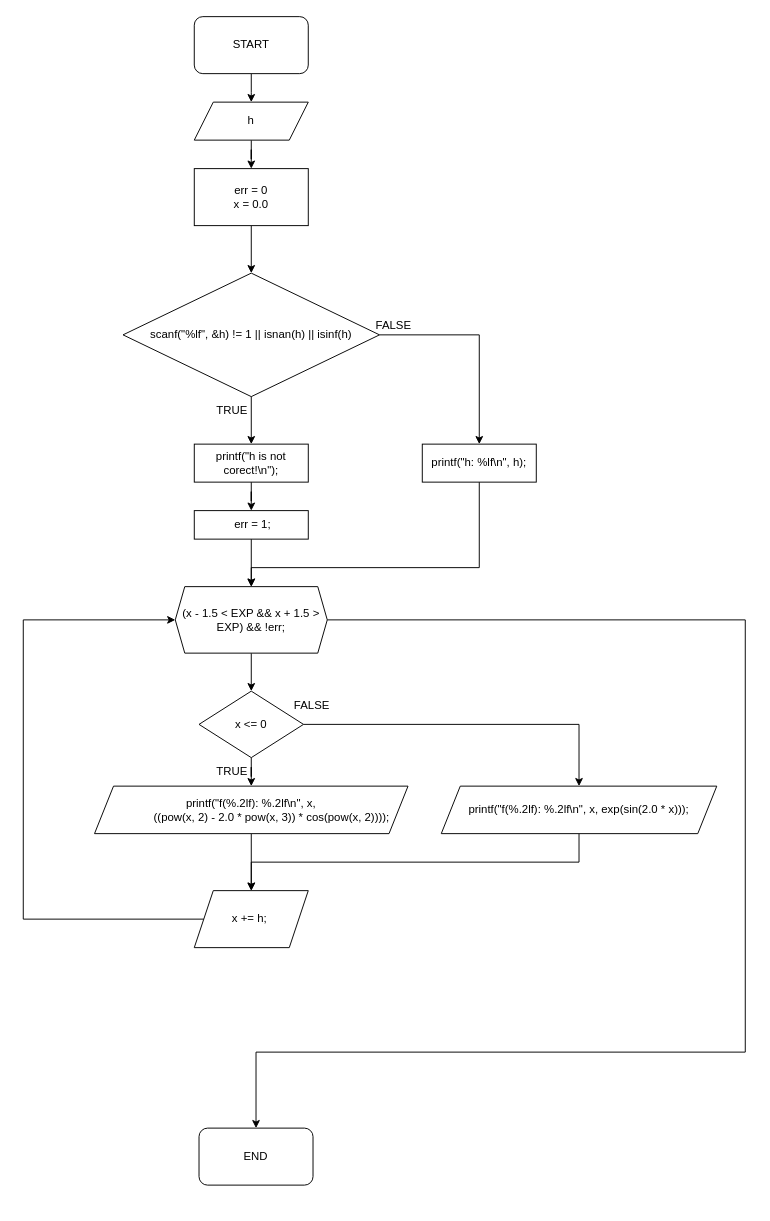
The draw.io diagram TP/lab_3/blockShema.drawio in andriiverinhe/TP_V9, before the edit. Source tidied: cells renumbered, new cells numbered last; positions are measured from the earlier drawing's top-left corner, leaving out a move shared by most shapes. Both pictures are drawn from the tidied source at 95%, with x=0, y=0 at pixel (23, 16).
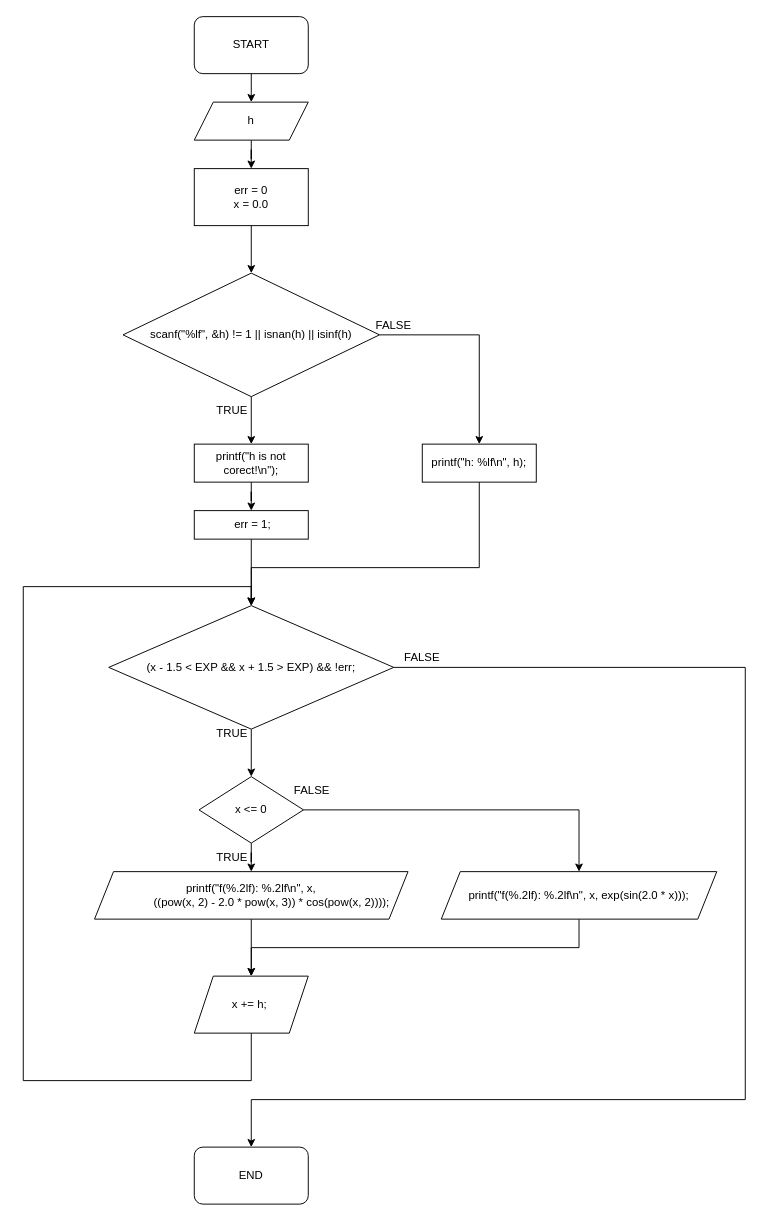
After the change.

The change refers to these unchanged cells:
```xml
<mxCell id="3" value="START" style="rounded=1;whiteSpace=wrap;html=1;" parent="1" vertex="1">
  <mxGeometry x="180" width="120" height="60" as="geometry" />
</mxCell>
```

What changed in the source:
```diff
@@
-    <mxCell id="2" style="edgeStyle=orthogonalEdgeStyle;rounded=0;jettySize=auto;html=1;" parent="1" edge="1" source="3">
-      <mxGeometry relative="1" as="geometry">
-        <mxPoint x="240" y="90" as="targetPoint" />
-      </mxGeometry>
-    </mxCell>
+    <mxCell id="34" style="edgeStyle=orthogonalEdgeStyle;rounded=0;jettySize=auto;html=1;" parent="1" edge="1" source="3">
+      <mxGeometry relative="1" as="geometry">
+        <mxPoint x="240" y="90" as="targetPoint" />
+      </mxGeometry>
+    </mxCell>
@@
-    <mxCell id="11" value="TRUE" style="text;html=1;strokeColor=none;fillColor=none;align=center;verticalAlign=middle;whiteSpace=wrap;rounded=0;" parent="1" vertex="1">
-      <mxGeometry x="190" y="400" width="60" height="30" as="geometry" />
-    </mxCell>
-    <mxCell id="12" value="FALSE" style="text;html=1;strokeColor=none;fillColor=none;align=center;verticalAlign=middle;whiteSpace=wrap;rounded=0;" parent="1" vertex="1">
-      <mxGeometry x="360" y="310" width="60" height="30" as="geometry" />
-    </mxCell>
+    <mxCell id="35" value="TRUE" style="text;html=1;strokeColor=none;fillColor=none;align=center;verticalAlign=middle;whiteSpace=wrap;rounded=0;" parent="1" vertex="1">
+      <mxGeometry x="190" y="400" width="60" height="30" as="geometry" />
+    </mxCell>
+    <mxCell id="36" value="FALSE" style="text;html=1;strokeColor=none;fillColor=none;align=center;verticalAlign=middle;whiteSpace=wrap;rounded=0;" parent="1" vertex="1">
+      <mxGeometry x="360" y="310" width="60" height="30" as="geometry" />
+    </mxCell>
@@
-    <mxCell id="19" style="edgeStyle=orthogonalEdgeStyle;rounded=0;jettySize=auto;html=1;entryX=0.5;entryY=0;entryDx=0;entryDy=0;" parent="1" edge="1" source="21" target="24">
+    <mxCell id="19" style="edgeStyle=orthogonalEdgeStyle;rounded=0;jettySize=auto;html=1;entryX=0.5;entryY=0;entryDx=0;entryDy=0;exitX=0.5;exitY=1;exitDx=0;exitDy=0;" parent="1" edge="1" source="21" target="24">
       <mxGeometry relative="1" as="geometry" />
     </mxCell>
-    <mxCell id="20" style="edgeStyle=orthogonalEdgeStyle;rounded=0;jettySize=auto;html=1;" parent="1" edge="1" source="21" target="33">
+    <mxCell id="20" style="edgeStyle=orthogonalEdgeStyle;rounded=0;jettySize=auto;html=1;exitX=1;exitY=0.5;exitDx=0;exitDy=0;" parent="1" edge="1" source="21" target="33">
       <mxGeometry relative="1" as="geometry">
         <Array as="points">
-          <mxPoint x="760" y="635" />
-          <mxPoint x="760" y="1090" />
+          <mxPoint x="760" y="685" />
+          <mxPoint x="760" y="1140" />
+          <mxPoint x="240" y="1140" />
         </Array>
       </mxGeometry>
     </mxCell>
-    <mxCell id="21" value="(x - 1.5 &amp;lt; EXP &amp;amp;&amp;amp; x + 1.5 &amp;gt; EXP) &amp;amp;&amp;amp; !err;" style="shape=hexagon;perimeter=hexagonPerimeter2;whiteSpace=wrap;html=1;fixedSize=1;size=10;" parent="1" vertex="1">
-      <mxGeometry x="160" y="600" width="160" height="70" as="geometry" />
-    </mxCell>
@@
     <mxCell id="24" value="x &lt;= 0" style="rhombus;whiteSpace=wrap;html=1;" parent="1" vertex="1">
-      <mxGeometry x="185" y="710" width="110" height="70" as="geometry" />
+      <mxGeometry x="185" y="800" width="110" height="70" as="geometry" />
     </mxCell>
-    <mxCell id="25" style="edgeStyle=orthogonalEdgeStyle;rounded=0;jettySize=auto;html=1;" parent="1" edge="1" source="26">
-      <mxGeometry relative="1" as="geometry">
-        <mxPoint x="240" y="920" as="targetPoint" />
-      </mxGeometry>
-    </mxCell>
+    <mxCell id="37" style="edgeStyle=orthogonalEdgeStyle;rounded=0;jettySize=auto;html=1;" parent="1" edge="1" source="26">
+      <mxGeometry relative="1" as="geometry">
+        <mxPoint x="240" y="1010" as="targetPoint" />
+      </mxGeometry>
+    </mxCell>
     <mxCell id="26" value="&lt;div&gt;printf(&quot;f(%.2lf): %.2lf\n&quot;, x,&lt;/div&gt;&lt;div&gt;&amp;nbsp; &amp;nbsp; &amp;nbsp; &amp;nbsp; &amp;nbsp; &amp;nbsp; &amp;nbsp;((pow(x, 2) - 2.0 * pow(x, 3)) * cos(pow(x, 2))));&lt;/div&gt;" style="shape=parallelogram;perimeter=parallelogramPerimeter;whiteSpace=wrap;html=1;fixedSize=1;" parent="1" vertex="1">
-      <mxGeometry x="75" y="810" width="330" height="50" as="geometry" />
+      <mxGeometry x="75" y="900" width="330" height="50" as="geometry" />
     </mxCell>
-    <mxCell id="27" value="TRUE" style="text;html=1;strokeColor=none;fillColor=none;align=center;verticalAlign=middle;whiteSpace=wrap;rounded=0;" parent="1" vertex="1">
-      <mxGeometry x="190" y="780" width="60" height="30" as="geometry" />
-    </mxCell>
-    <mxCell id="28" value="FALSE" style="text;html=1;strokeColor=none;fillColor=none;align=center;verticalAlign=middle;whiteSpace=wrap;rounded=0;" parent="1" vertex="1">
-      <mxGeometry x="274" y="710" width="60" height="30" as="geometry" />
-    </mxCell>
+    <mxCell id="38" value="TRUE" style="text;html=1;strokeColor=none;fillColor=none;align=center;verticalAlign=middle;whiteSpace=wrap;rounded=0;" parent="1" vertex="1">
+      <mxGeometry x="190" y="870" width="60" height="30" as="geometry" />
+    </mxCell>
+    <mxCell id="39" value="FALSE" style="text;html=1;strokeColor=none;fillColor=none;align=center;verticalAlign=middle;whiteSpace=wrap;rounded=0;" parent="1" vertex="1">
+      <mxGeometry x="274" y="800" width="60" height="30" as="geometry" />
+    </mxCell>
     <mxCell id="29" style="edgeStyle=orthogonalEdgeStyle;rounded=0;jettySize=auto;html=1;entryX=0.5;entryY=0;entryDx=0;entryDy=0;" parent="1" edge="1" source="30" target="32">
       <mxGeometry relative="1" as="geometry">
         <Array as="points">
-          <mxPoint x="585" y="890" />
-          <mxPoint x="240" y="890" />
+          <mxPoint x="585" y="980" />
+          <mxPoint x="240" y="980" />
         </Array>
       </mxGeometry>
     </mxCell>
     <mxCell id="30" value="printf(&quot;f(%.2lf): %.2lf\n&quot;, x, exp(sin(2.0 * x)));" style="shape=parallelogram;perimeter=parallelogramPerimeter;whiteSpace=wrap;html=1;fixedSize=1;" parent="1" vertex="1">
-      <mxGeometry x="440" y="810" width="290" height="50" as="geometry" />
+      <mxGeometry x="440" y="900" width="290" height="50" as="geometry" />
     </mxCell>
-    <mxCell id="31" style="edgeStyle=orthogonalEdgeStyle;rounded=0;jettySize=auto;html=1;entryX=0;entryY=0.5;entryDx=0;entryDy=0;" parent="1" edge="1" source="32" target="21">
+    <mxCell id="31" style="edgeStyle=orthogonalEdgeStyle;rounded=0;jettySize=auto;html=1;entryX=0.5;entryY=0;entryDx=0;entryDy=0;" parent="1" edge="1" source="32" target="21">
       <mxGeometry relative="1" as="geometry">
         <Array as="points">
-          <mxPoint y="950" />
-          <mxPoint y="635" />
+          <mxPoint x="240" y="1120" />
+          <mxPoint y="1120" />
+          <mxPoint y="600" />
+          <mxPoint x="240" y="600" />
         </Array>
       </mxGeometry>
     </mxCell>
     <mxCell id="32" value="x += h;&amp;nbsp;" style="shape=parallelogram;perimeter=parallelogramPerimeter;whiteSpace=wrap;html=1;fixedSize=1;" parent="1" vertex="1">
-      <mxGeometry x="180" y="920" width="120" height="60" as="geometry" />
+      <mxGeometry x="180" y="1010" width="120" height="60" as="geometry" />
     </mxCell>
     <mxCell id="33" value="END" style="rounded=1;whiteSpace=wrap;html=1;" parent="1" vertex="1">
-      <mxGeometry x="185" y="1170" width="120" height="60" as="geometry" />
+      <mxGeometry x="180" y="1190" width="120" height="60" as="geometry" />
     </mxCell>
+    <mxCell id="21" value="(x - 1.5 &amp;lt; EXP &amp;amp;&amp;amp; x + 1.5 &amp;gt; EXP) &amp;amp;&amp;amp; !err;" style="rhombus;whiteSpace=wrap;html=1;" parent="1" vertex="1">
+      <mxGeometry x="90" y="620" width="300" height="130" as="geometry" />
+    </mxCell>
+    <mxCell id="40" value="FALSE" style="text;html=1;strokeColor=none;fillColor=none;align=center;verticalAlign=middle;whiteSpace=wrap;rounded=0;" parent="1" vertex="1">
+      <mxGeometry x="390" y="660" width="60" height="30" as="geometry" />
+    </mxCell>
+    <mxCell id="41" value="TRUE" style="text;html=1;strokeColor=none;fillColor=none;align=center;verticalAlign=middle;whiteSpace=wrap;rounded=0;" parent="1" vertex="1">
+      <mxGeometry x="190" y="740" width="60" height="30" as="geometry" />
+    </mxCell>
```
